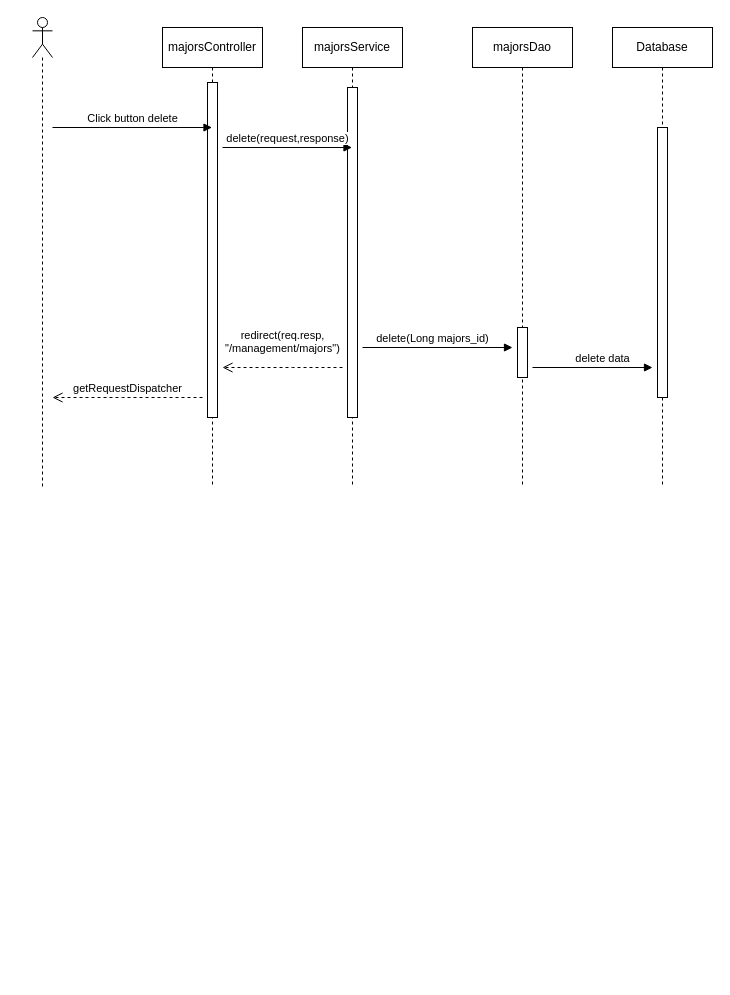
Before: page "Page-21" (21 of 29) of Untitled Diagram.drawio in sachvo/CuteXT, a draw.io diagram. Source tidied: cells renumbered, new cells numbered last; positions are measured from the earlier drawing's top-left corner, leaving out a move shared by most shapes. Both pictures are drawn from the tidied source at 100%, with x=0, y=0 at pixel (32, 17).
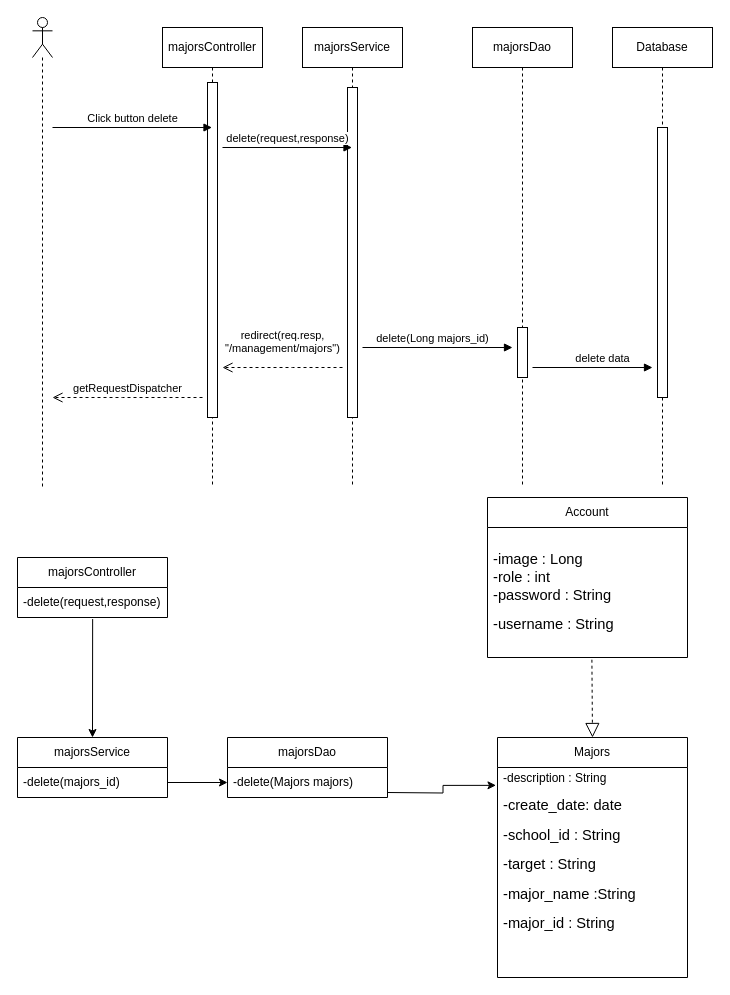
After the change.

Change to the diagram source:
```diff
@@
+    <mxCell id="17" value="majorsController" style="swimlane;fontStyle=0;horizontal=1;startSize=30;whiteSpace=wrap;html=1;" parent="1" vertex="1">
+      <mxGeometry x="-15" y="540" width="150" height="60" as="geometry" />
+    </mxCell>
+    <mxCell id="18" value="-delete(request,response)" style="text;strokeColor=none;fillColor=none;align=left;verticalAlign=middle;spacingLeft=4;spacingRight=4;overflow=hidden;points=[[0,0.5],[1,0.5]];portConstraint=eastwest;whiteSpace=wrap;html=1;" parent="17" vertex="1">
+      <mxGeometry y="30" width="150" height="30" as="geometry" />
+    </mxCell>
+    <mxCell id="19" value="majorsDao" style="swimlane;fontStyle=0;horizontal=1;startSize=30;whiteSpace=wrap;html=1;" parent="1" vertex="1">
+      <mxGeometry x="195" y="720" width="160" height="60" as="geometry" />
+    </mxCell>
+    <mxCell id="20" value="-delete(Majors majors)" style="text;strokeColor=none;fillColor=none;align=left;verticalAlign=middle;spacingLeft=4;spacingRight=4;overflow=hidden;points=[[0,0.5],[1,0.5]];portConstraint=eastwest;whiteSpace=wrap;html=1;" parent="19" vertex="1">
+      <mxGeometry y="30" width="160" height="30" as="geometry" />
+    </mxCell>
+    <mxCell id="21" value="majorsService" style="swimlane;fontStyle=0;horizontal=1;startSize=30;whiteSpace=wrap;html=1;" parent="1" vertex="1">
+      <mxGeometry x="-15" y="720" width="150" height="60" as="geometry" />
+    </mxCell>
+    <mxCell id="22" value="-delete(majors_id)" style="text;strokeColor=none;fillColor=none;align=left;verticalAlign=middle;spacingLeft=4;spacingRight=4;overflow=hidden;points=[[0,0.5],[1,0.5]];portConstraint=eastwest;whiteSpace=wrap;html=1;" parent="21" vertex="1">
+      <mxGeometry y="30" width="150" height="30" as="geometry" />
+    </mxCell>
+    <mxCell id="23" style="endArrow=classic;html=1;rounded=0;exitX=0.501;exitY=1.052;exitDx=0;exitDy=0;exitPerimeter=0;entryX=0.5;entryY=0;entryDx=0;entryDy=0;" parent="1" edge="1" source="18" target="21">
+      <mxGeometry relative="1" as="geometry" />
+    </mxCell>
+    <mxCell id="24" style="endArrow=classic;html=1;rounded=0;exitX=1;exitY=0.5;exitDx=0;exitDy=0;entryX=0;entryY=0.5;entryDx=0;entryDy=0;" parent="1" edge="1" source="22" target="20">
+      <mxGeometry relative="1" as="geometry" />
+    </mxCell>
+    <mxCell id="25" style="edgeStyle=orthogonalEdgeStyle;rounded=0;jettySize=auto;html=1;exitX=1;exitY=0.5;exitDx=0;exitDy=0;entryX=-0.008;entryY=0.085;entryDx=0;entryDy=0;entryPerimeter=0;" parent="1" edge="1" target="28">
+      <mxGeometry relative="1" as="geometry">
+        <mxPoint x="355" y="775" as="sourcePoint" />
+      </mxGeometry>
+    </mxCell>
+    <mxCell id="26" style="endArrow=block;dashed=1;endFill=0;endSize=12;html=1;rounded=0;entryX=0.5;entryY=0;entryDx=0;entryDy=0;exitX=0.497;exitY=1.017;exitDx=0;exitDy=0;exitPerimeter=0;" parent="1" edge="1">
+      <mxGeometry relative="1" as="geometry">
+        <mxPoint x="559.4" y="642.2" as="sourcePoint" />
+        <mxPoint x="560" y="720" as="targetPoint" />
+      </mxGeometry>
+    </mxCell>
+    <mxCell id="27" value="Majors" style="swimlane;fontStyle=0;horizontal=1;startSize=30;whiteSpace=wrap;html=1;" parent="1" vertex="1">
+      <mxGeometry x="465" y="720" width="190" height="240" as="geometry" />
+    </mxCell>
+    <mxCell id="28" value="&lt;p style=&quot;line-height:1.38;margin-top:0pt;margin-bottom:0pt;&quot; dir=&quot;ltr&quot;&gt;&lt;/p&gt;&lt;p style=&quot;line-height:1.38;margin-top:0pt;margin-bottom:0pt;&quot; dir=&quot;ltr&quot;&gt;&lt;/p&gt;&lt;p style=&quot;line-height:1.38;margin-top:0pt;margin-bottom:0pt;&quot; dir=&quot;ltr&quot;&gt;&lt;/p&gt;&lt;p style=&quot;line-height:1.38;margin-top:0pt;margin-bottom:0pt;&quot; dir=&quot;ltr&quot;&gt;&lt;/p&gt;&lt;p style=&quot;line-height:1.38;margin-top:0pt;margin-bottom:0pt;&quot; dir=&quot;ltr&quot;&gt;&lt;/p&gt;&lt;p style=&quot;line-height:1.38;margin-top:0pt;margin-bottom:0pt;&quot; dir=&quot;ltr&quot;&gt;&lt;/p&gt;&lt;p style=&quot;line-height:1.38;margin-top:0pt;margin-bottom:0pt;&quot; dir=&quot;ltr&quot;&gt;&lt;/p&gt;&lt;p style=&quot;line-height:1.38;margin-top:0pt;margin-bottom:0pt;&quot; dir=&quot;ltr&quot;&gt;&lt;/p&gt;&lt;p style=&quot;line-height:1.38;margin-top:0pt;margin-bottom:0pt;&quot; dir=&quot;ltr&quot;&gt;&lt;/p&gt;&lt;p style=&quot;line-height:1.38;margin-top:0pt;margin-bottom:0pt;&quot; dir=&quot;ltr&quot;&gt;&lt;/p&gt;&lt;div&gt;&lt;/div&gt;&lt;p style=&quot;line-height:1.38;margin-top:0pt;margin-bottom:0pt;&quot; dir=&quot;ltr&quot;&gt;&lt;/p&gt;&lt;p style=&quot;line-height:1.38;margin-top:0pt;margin-bottom:0pt;&quot; dir=&quot;ltr&quot;&gt;&lt;/p&gt;&lt;p style=&quot;line-height:1.38;margin-top:0pt;margin-bottom:0pt;&quot; dir=&quot;ltr&quot;&gt;&lt;/p&gt;&lt;p style=&quot;line-height:1.38;margin-top:0pt;margin-bottom:0pt;&quot; dir=&quot;ltr&quot;&gt;&lt;/p&gt;&lt;p style=&quot;line-height:1.38;margin-top:0pt;margin-bottom:0pt;&quot; dir=&quot;ltr&quot;&gt;&lt;/p&gt;&lt;p style=&quot;line-height:1.38;margin-top:0pt;margin-bottom:0pt;&quot; dir=&quot;ltr&quot;&gt;&lt;/p&gt;&lt;div&gt;&lt;/div&gt;-description : String&lt;p style=&quot;border-color: var(--border-color);&quot;&gt;&lt;/p&gt;&lt;span style=&quot;border-color: var(--border-color); font-variant-numeric: normal; font-variant-east-asian: normal; font-variant-alternates: normal; font-variant-position: normal; background-color: transparent; font-size: 11pt; font-family: Arial, sans-serif; vertical-align: baseline;&quot;&gt;-create_date: date&lt;/span&gt;&lt;p style=&quot;border-color: var(--border-color);&quot;&gt;&lt;/p&gt;&lt;span style=&quot;border-color: var(--border-color); font-variant-numeric: normal; font-variant-east-asian: normal; font-variant-alternates: normal; font-variant-position: normal; background-color: transparent; font-size: 11pt; font-family: Arial, sans-serif; vertical-align: baseline;&quot;&gt;-school_id : String&lt;/span&gt;&lt;p style=&quot;border-color: var(--border-color);&quot;&gt;&lt;/p&gt;&lt;span style=&quot;border-color: var(--border-color); font-variant-numeric: normal; font-variant-east-asian: normal; font-variant-alternates: normal; font-variant-position: normal; background-color: transparent; font-size: 11pt; font-family: Arial, sans-serif; vertical-align: baseline;&quot;&gt;-target : String&lt;/span&gt;&lt;p style=&quot;border-color: var(--border-color);&quot;&gt;&lt;/p&gt;&lt;span style=&quot;border-color: var(--border-color); font-variant-numeric: normal; font-variant-east-asian: normal; font-variant-alternates: normal; font-variant-position: normal; background-color: transparent; font-size: 11pt; font-family: Arial, sans-serif; vertical-align: baseline;&quot;&gt;-major_name :String&lt;/span&gt;&lt;p style=&quot;border-color: var(--border-color);&quot;&gt;&lt;/p&gt;&lt;span style=&quot;border-color: var(--border-color); font-variant-numeric: normal; font-variant-east-asian: normal; font-variant-alternates: normal; font-variant-position: normal; background-color: transparent; font-size: 11pt; font-family: Arial, sans-serif; vertical-align: baseline;&quot;&gt;-major_id : String&lt;/span&gt;&lt;p style=&quot;border-color: var(--border-color);&quot;&gt;&lt;/p&gt;&lt;span style=&quot;border-color: var(--border-color); font-variant-numeric: normal; font-variant-east-asian: normal; font-variant-alternates: normal; font-variant-position: normal; background-color: transparent; font-size: 11pt; font-family: Arial, sans-serif; vertical-align: baseline;&quot;&gt;&amp;nbsp;&lt;/span&gt;&lt;p style=&quot;border-color: var(--border-color);&quot;&gt;&lt;/p&gt;&lt;span style=&quot;border-color: var(--border-color);&quot; id=&quot;docs-internal-guid-a5c4c8f3-7fff-565d-390b-ae1f4eb0c004&quot;&gt;&lt;/span&gt;&lt;span id=&quot;docs-internal-guid-ec875b94-7fff-324d-a60e-613ddc787041&quot;&gt;&lt;/span&gt;" style="text;strokeColor=none;fillColor=none;align=left;verticalAlign=middle;spacingLeft=4;spacingRight=4;overflow=hidden;points=[[0,0.5],[1,0.5]];portConstraint=eastwest;whiteSpace=wrap;html=1;" parent="27" vertex="1">
+      <mxGeometry y="30" width="190" height="210" as="geometry" />
+    </mxCell>
+    <mxCell id="29" value="Account" style="swimlane;fontStyle=0;horizontal=1;startSize=30;whiteSpace=wrap;html=1;" parent="1" vertex="1">
+      <mxGeometry x="455" y="480" width="200" height="160" as="geometry" />
+    </mxCell>
+    <mxCell id="30" value="&lt;p style=&quot;line-height:1.38;margin-top:0pt;margin-bottom:0pt;&quot; dir=&quot;ltr&quot;&gt;&lt;/p&gt;&lt;p style=&quot;line-height:1.38;margin-top:0pt;margin-bottom:0pt;&quot; dir=&quot;ltr&quot;&gt;&lt;/p&gt;&lt;p style=&quot;line-height:1.38;margin-top:0pt;margin-bottom:0pt;&quot; dir=&quot;ltr&quot;&gt;&lt;/p&gt;&lt;div&gt;&lt;/div&gt;&lt;span style=&quot;font-size: 11pt; font-family: Arial, sans-serif; background-color: transparent; font-variant-numeric: normal; font-variant-east-asian: normal; font-variant-alternates: normal; font-variant-position: normal; vertical-align: baseline;&quot;&gt;-image : Long&lt;br&gt;-role : int&lt;br&gt;&lt;/span&gt;&lt;span style=&quot;font-size: 11pt; font-family: Arial, sans-serif; background-color: transparent; font-variant-numeric: normal; font-variant-east-asian: normal; font-variant-alternates: normal; font-variant-position: normal; vertical-align: baseline;&quot;&gt;-password : String&lt;/span&gt;&lt;p&gt;&lt;/p&gt;&lt;span style=&quot;font-size: 11pt; font-family: Arial, sans-serif; background-color: transparent; font-variant-numeric: normal; font-variant-east-asian: normal; font-variant-alternates: normal; font-variant-position: normal; vertical-align: baseline;&quot;&gt;-username : String&lt;/span&gt;&lt;span id=&quot;docs-internal-guid-546da517-7fff-cef4-55ad-a307194a0e7b&quot;&gt;&lt;/span&gt;" style="text;strokeColor=none;fillColor=none;align=left;verticalAlign=middle;spacingLeft=4;spacingRight=4;overflow=hidden;whiteSpace=wrap;html=1;" parent="29" vertex="1">
+      <mxGeometry y="30" width="200" height="130" as="geometry" />
+    </mxCell>
```
